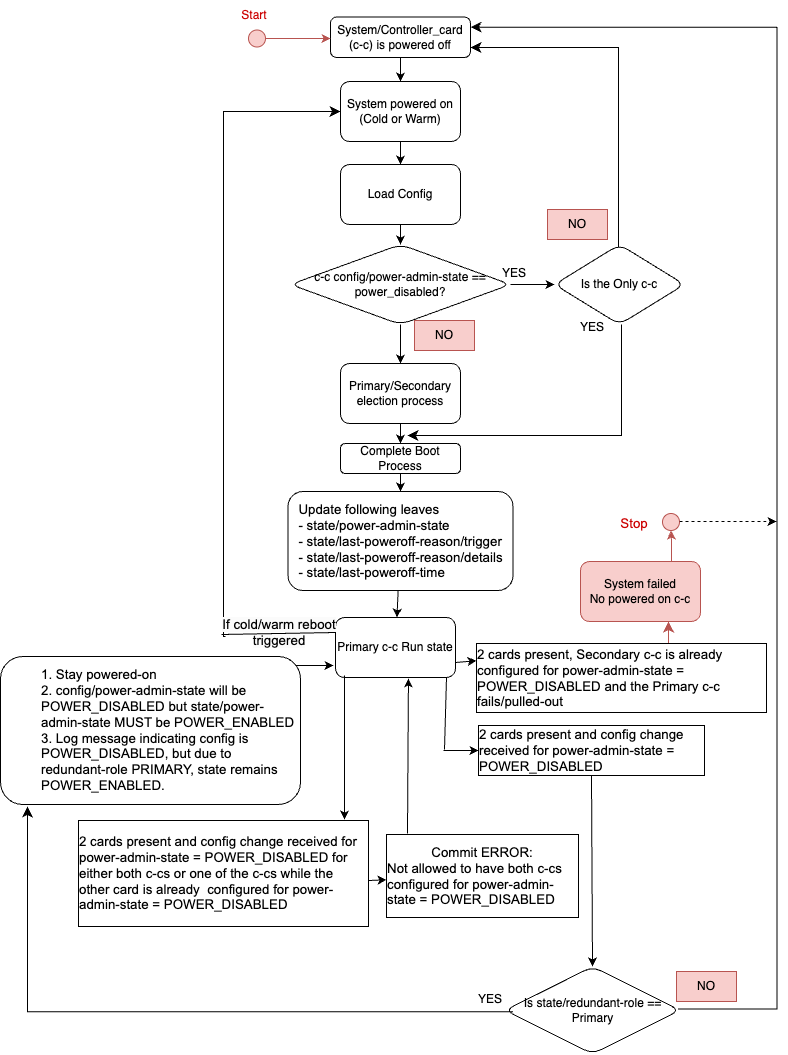
Earlier version of the draw.io export doc/img/controller_card.png (openconfig/public). Source tidied: cells renumbered, new cells last; positions are measured from the earlier drawing's top-left corner, leaving out a move shared by most shapes.
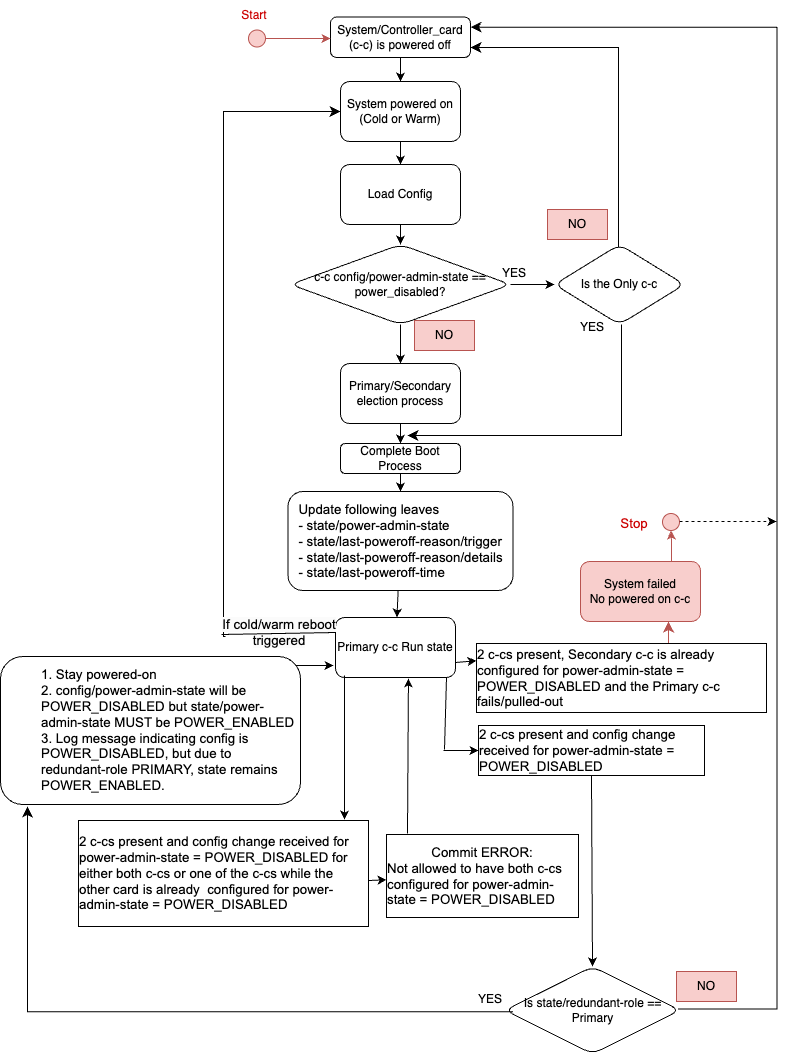
The same file after the commit.

Change to the diagram source:
```diff
@@ -111,10 +111,10 @@
     <mxCell id="27" value="&lt;span style=&quot;color: rgb(0, 0, 0); font-family: Arial, sans-serif; font-size: 13.3333px; font-style: normal; font-variant-ligatures: normal; font-variant-caps: normal; font-weight: 400; letter-spacing: normal; orphans: 2; text-align: center; text-indent: 0px; text-transform: none; widows: 2; word-spacing: 0px; -webkit-text-stroke-width: 0px; background-color: rgb(251, 251, 251); text-decoration-thickness: initial; text-decoration-style: initial; text-decoration-color: initial; float: none; display: inline !important;&quot;&gt;If cold/warm reboot triggered&lt;/span&gt;" style="text;html=1;strokeColor=none;fillColor=none;align=center;verticalAlign=middle;whiteSpace=wrap;rounded=0;" parent="1" vertex="1">
       <mxGeometry x="209" y="608" width="140" height="50" as="geometry" />
     </mxCell>
-    <mxCell id="28" value="&lt;p style=&quot;text-align: left; border-color: var(--border-color); line-height: 1.2; margin-top: 0pt; margin-bottom: 0pt;&quot; dir=&quot;ltr&quot;&gt;&lt;span style=&quot;border-color: var(--border-color); font-size: 10pt; font-family: Arial, sans-serif; background-color: transparent; font-variant-numeric: normal; font-variant-east-asian: normal; font-variant-alternates: normal; font-variant-position: normal; vertical-align: baseline;&quot;&gt;2 cards present and config change received for power-admin-state = POWER_DISABLED&lt;/span&gt;&lt;/p&gt;" style="rounded=0;whiteSpace=wrap;html=1;" parent="1" vertex="1">
+    <mxCell id="28" value="&lt;p style=&quot;text-align: left; border-color: var(--border-color); line-height: 1.2; margin-top: 0pt; margin-bottom: 0pt;&quot; dir=&quot;ltr&quot;&gt;&lt;span style=&quot;border-color: var(--border-color); font-size: 10pt; font-family: Arial, sans-serif; background-color: transparent; font-variant-numeric: normal; font-variant-east-asian: normal; font-variant-alternates: normal; font-variant-position: normal; vertical-align: baseline;&quot;&gt;2 c-cs&amp;nbsp;present and config change received for power-admin-state = POWER_DISABLED&lt;/span&gt;&lt;/p&gt;" style="rounded=0;whiteSpace=wrap;html=1;" parent="1" vertex="1">
       <mxGeometry x="478" y="726" width="226" height="50" as="geometry" />
     </mxCell>
-    <mxCell id="29" value="&lt;p style=&quot;text-align: left; border-color: var(--border-color); line-height: 1.2; margin-top: 0pt; margin-bottom: 0pt;&quot; dir=&quot;ltr&quot;&gt;&lt;span style=&quot;border-color: var(--border-color); font-size: 10pt; font-family: Arial, sans-serif; background-color: transparent; font-variant-numeric: normal; font-variant-east-asian: normal; font-variant-alternates: normal; font-variant-position: normal; vertical-align: baseline;&quot;&gt;2 cards present, Secondary c-c is already configured for power-admin-state = POWER_DISABLED and the Primary c-c fails/pulled-out&lt;/span&gt;&lt;/p&gt;" style="rounded=0;whiteSpace=wrap;html=1;" parent="1" vertex="1">
+    <mxCell id="29" value="&lt;p style=&quot;text-align: left; border-color: var(--border-color); line-height: 1.2; margin-top: 0pt; margin-bottom: 0pt;&quot; dir=&quot;ltr&quot;&gt;&lt;span style=&quot;border-color: var(--border-color); font-size: 10pt; font-family: Arial, sans-serif; background-color: transparent; font-variant-numeric: normal; font-variant-east-asian: normal; font-variant-alternates: normal; font-variant-position: normal; vertical-align: baseline;&quot;&gt;2 c-cs present, Secondary c-c is already configured for power-admin-state = POWER_DISABLED and the Primary c-c fails/pulled-out&lt;/span&gt;&lt;/p&gt;" style="rounded=0;whiteSpace=wrap;html=1;" parent="1" vertex="1">
       <mxGeometry x="476" y="644" width="290" height="69" as="geometry" />
     </mxCell>
     <mxCell id="30" style="endArrow=classic;html=1;rounded=0;entryX=0;entryY=0.25;entryDx=0;entryDy=0;exitX=1;exitY=0.75;exitDx=0;exitDy=0;" parent="1" edge="1" source="17" target="29">
@@ -197,7 +197,7 @@
     <mxCell id="46" value="NO" style="text;html=1;strokeColor=#b85450;fillColor=#f8cecc;align=center;verticalAlign=middle;whiteSpace=wrap;rounded=0;" parent="1" vertex="1">
       <mxGeometry x="676" y="972" width="60" height="30" as="geometry" />
     </mxCell>
-    <mxCell id="47" value="&lt;p style=&quot;text-align: left; border-color: var(--border-color); line-height: 1.2; margin-top: 0pt; margin-bottom: 0pt;&quot; dir=&quot;ltr&quot;&gt;&lt;span style=&quot;border-color: var(--border-color); font-size: 10pt; font-family: Arial, sans-serif; background-color: transparent; font-variant-numeric: normal; font-variant-east-asian: normal; font-variant-alternates: normal; font-variant-position: normal; vertical-align: baseline;&quot;&gt;2 cards present and config change received for power-admin-state = POWER_DISABLED for either both c-cs or one of the c-cs while the other card is already&amp;nbsp; configured for&amp;nbsp;&lt;/span&gt;&lt;span style=&quot;font-family: Arial, sans-serif; font-size: 13.3333px; background-color: initial;&quot;&gt;power-admin-state = POWER_DISABLED&lt;/span&gt;&lt;/p&gt;" style="rounded=0;whiteSpace=wrap;html=1;" parent="1" vertex="1">
+    <mxCell id="47" value="&lt;p style=&quot;text-align: left; border-color: var(--border-color); line-height: 1.2; margin-top: 0pt; margin-bottom: 0pt;&quot; dir=&quot;ltr&quot;&gt;&lt;span style=&quot;border-color: var(--border-color); font-size: 10pt; font-family: Arial, sans-serif; background-color: transparent; font-variant-numeric: normal; font-variant-east-asian: normal; font-variant-alternates: normal; font-variant-position: normal; vertical-align: baseline;&quot;&gt;2 c-cs&amp;nbsp;present and config change received for power-admin-state = POWER_DISABLED for either both c-cs or one of the c-cs while the other card is already&amp;nbsp; configured for&amp;nbsp;&lt;/span&gt;&lt;span style=&quot;font-family: Arial, sans-serif; font-size: 13.3333px; background-color: initial;&quot;&gt;power-admin-state = POWER_DISABLED&lt;/span&gt;&lt;/p&gt;" style="rounded=0;whiteSpace=wrap;html=1;" parent="1" vertex="1">
       <mxGeometry x="78" y="821" width="290" height="106" as="geometry" />
     </mxCell>
     <mxCell id="48" style="endArrow=classic;html=1;rounded=0;exitX=0.2;exitY=0.992;exitDx=0;exitDy=0;exitPerimeter=0;" parent="1" edge="1">
```
